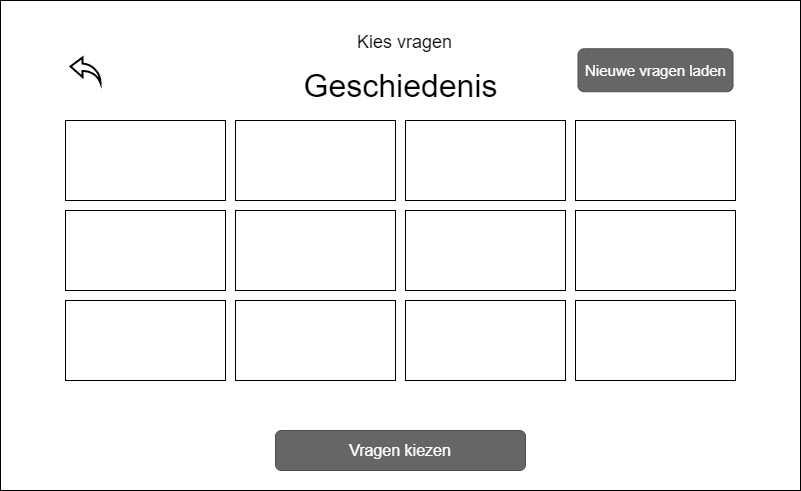
The draw.io diagram Software Guidebook/wireframes/wireframes-Master (question select).png in Patrickroelofs/HANICA-DWA-Quizzer, before a commit. Source tidied: cells renumbered, new cells last; positions are measured from the earlier drawing's top-left corner, leaving out a move shared by most shapes. Source of this version:
```xml
<mxGraphModel>
  <root>
    <mxCell id="0" />
    <mxCell id="1" parent="0" />
    <mxCell id="2" style="rounded=0;whiteSpace=wrap;html=1;strokeColor=#000000;fillColor=#ffffff;fontSize=20;" parent="1" vertex="1">
      <mxGeometry width="800" height="490" as="geometry" />
    </mxCell>
    <mxCell id="3" value="&lt;font style=&quot;font-size: 18px&quot;&gt;Kies vragen&lt;/font&gt;" style="text;html=1;align=center;verticalAlign=middle;fillColor=none;strokeColor=none;rounded=0;fontSize=18;" parent="1" vertex="1">
      <mxGeometry x="349" y="27" width="110" height="30" as="geometry" />
    </mxCell>
    <mxCell id="4" value="&lt;font style=&quot;font-size: 16px&quot;&gt;Vragen kiezen&lt;/font&gt;" style="rounded=1;html=1;shadow=0;dashed=0;whiteSpace=wrap;fontSize=10;fillColor=#666666;align=center;strokeColor=#4D4D4D;fontColor=#ffffff;" parent="1" vertex="1">
      <mxGeometry x="275" y="430" width="250" height="40" as="geometry" />
    </mxCell>
    <mxCell id="5" value="&lt;font style=&quot;font-size: 32px&quot;&gt;Geschiedenis&lt;/font&gt;" style="text;html=1;align=center;verticalAlign=middle;fillColor=none;strokeColor=none;rounded=0;fontSize=20;" parent="1" vertex="1">
      <mxGeometry x="295" y="70" width="210" height="30" as="geometry" />
    </mxCell>
    <mxCell id="6" style="rounded=0;whiteSpace=wrap;html=1;strokeColor=#000000;fillColor=#ffffff;fontSize=18;" parent="1" vertex="1">
      <mxGeometry x="65" y="120" width="160" height="80" as="geometry" />
    </mxCell>
    <mxCell id="7" style="rounded=0;whiteSpace=wrap;html=1;strokeColor=#000000;fillColor=#ffffff;fontSize=18;" parent="1" vertex="1">
      <mxGeometry x="235" y="120" width="160" height="80" as="geometry" />
    </mxCell>
    <mxCell id="8" style="rounded=0;whiteSpace=wrap;html=1;strokeColor=#000000;fillColor=#ffffff;fontSize=18;" parent="1" vertex="1">
      <mxGeometry x="405" y="120" width="160" height="80" as="geometry" />
    </mxCell>
    <mxCell id="9" style="rounded=0;whiteSpace=wrap;html=1;strokeColor=#000000;fillColor=#ffffff;fontSize=18;" parent="1" vertex="1">
      <mxGeometry x="575" y="120" width="160" height="80" as="geometry" />
    </mxCell>
    <mxCell id="10" style="rounded=0;whiteSpace=wrap;html=1;strokeColor=#000000;fillColor=#ffffff;fontSize=18;" parent="1" vertex="1">
      <mxGeometry x="405" y="210" width="160" height="80" as="geometry" />
    </mxCell>
    <mxCell id="11" style="rounded=0;whiteSpace=wrap;html=1;strokeColor=#000000;fillColor=#ffffff;fontSize=18;" parent="1" vertex="1">
      <mxGeometry x="575" y="210" width="160" height="80" as="geometry" />
    </mxCell>
    <mxCell id="12" style="rounded=0;whiteSpace=wrap;html=1;strokeColor=#000000;fillColor=#ffffff;fontSize=18;" parent="1" vertex="1">
      <mxGeometry x="235" y="210" width="160" height="80" as="geometry" />
    </mxCell>
    <mxCell id="13" style="rounded=0;whiteSpace=wrap;html=1;strokeColor=#000000;fillColor=#ffffff;fontSize=18;" parent="1" vertex="1">
      <mxGeometry x="65" y="210" width="160" height="80" as="geometry" />
    </mxCell>
    <mxCell id="14" style="rounded=0;whiteSpace=wrap;html=1;strokeColor=#000000;fillColor=#ffffff;fontSize=18;" parent="1" vertex="1">
      <mxGeometry x="405" y="300" width="160" height="80" as="geometry" />
    </mxCell>
    <mxCell id="15" style="rounded=0;whiteSpace=wrap;html=1;strokeColor=#000000;fillColor=#ffffff;fontSize=18;" parent="1" vertex="1">
      <mxGeometry x="575" y="300" width="160" height="80" as="geometry" />
    </mxCell>
    <mxCell id="16" style="rounded=0;whiteSpace=wrap;html=1;strokeColor=#000000;fillColor=#ffffff;fontSize=18;" parent="1" vertex="1">
      <mxGeometry x="235" y="300" width="160" height="80" as="geometry" />
    </mxCell>
    <mxCell id="17" style="rounded=0;whiteSpace=wrap;html=1;strokeColor=#000000;fillColor=#ffffff;fontSize=18;" parent="1" vertex="1">
      <mxGeometry x="65" y="300" width="160" height="80" as="geometry" />
    </mxCell>
    <mxCell id="18" value="&lt;font style=&quot;font-size: 15px;&quot;&gt;Nieuwe vragen laden&lt;/font&gt;" style="rounded=1;html=1;shadow=0;dashed=0;whiteSpace=wrap;fontSize=15;fillColor=#666666;align=center;strokeColor=#4D4D4D;fontColor=#ffffff;" parent="1" vertex="1">
      <mxGeometry x="577.5" y="48.2" width="155" height="43" as="geometry" />
    </mxCell>
    <mxCell id="19" style="html=1;verticalLabelPosition=bottom;align=center;labelBackgroundColor=#ffffff;verticalAlign=top;strokeWidth=2;shadow=0;dashed=0;shape=mxgraph.ios7.icons.back;fillColor=#ffffff;fontSize=15;" parent="1" vertex="1">
      <mxGeometry x="70" y="57" width="30" height="25.5" as="geometry" />
    </mxCell>
  </root>
</mxGraphModel>
```
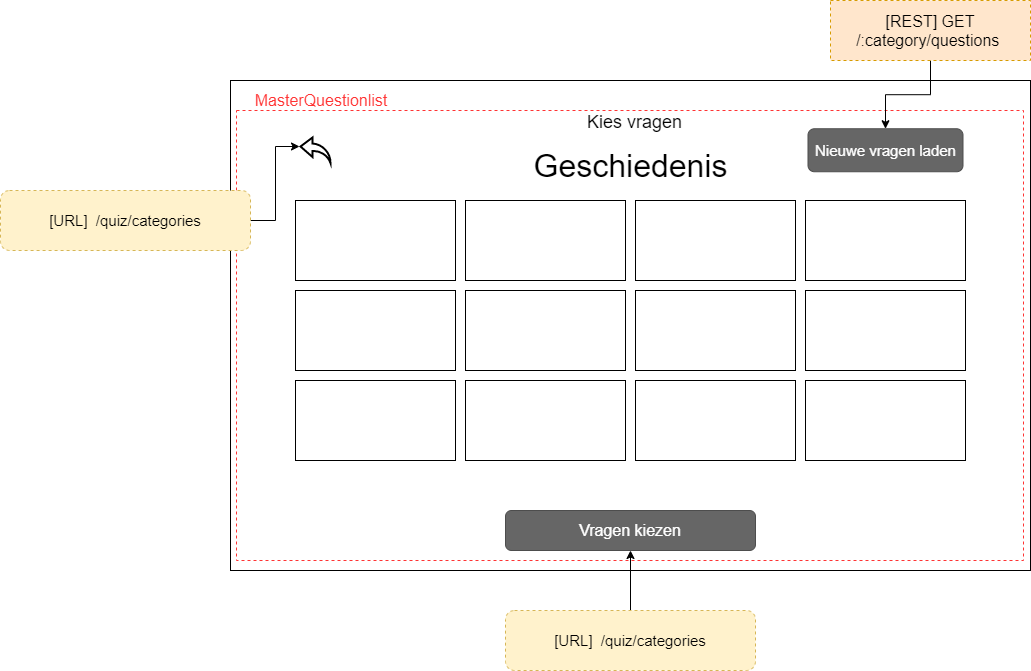
The same diagram one commit later.

The edit, as a diff of the source:
```diff
@@ -5,6 +5,9 @@
     <mxCell id="2" style="rounded=0;whiteSpace=wrap;html=1;strokeColor=#000000;fillColor=#ffffff;fontSize=20;" parent="1" vertex="1">
       <mxGeometry width="800" height="490" as="geometry" />
     </mxCell>
+    <mxCell id="20" style="rounded=0;whiteSpace=wrap;html=1;dashed=1;labelBackgroundColor=none;strokeColor=#FF3333;fillColor=none;fontSize=16;fontColor=#FF3333;align=center;" parent="1" vertex="1">
+      <mxGeometry x="6" y="30" width="787" height="450" as="geometry" />
+    </mxCell>
     <mxCell id="3" value="&lt;font style=&quot;font-size: 18px&quot;&gt;Kies vragen&lt;/font&gt;" style="text;html=1;align=center;verticalAlign=middle;fillColor=none;strokeColor=none;rounded=0;fontSize=18;" parent="1" vertex="1">
       <mxGeometry x="349" y="27" width="110" height="30" as="geometry" />
     </mxCell>
@@ -56,5 +59,26 @@
     <mxCell id="19" style="html=1;verticalLabelPosition=bottom;align=center;labelBackgroundColor=#ffffff;verticalAlign=top;strokeWidth=2;shadow=0;dashed=0;shape=mxgraph.ios7.icons.back;fillColor=#ffffff;fontSize=15;" parent="1" vertex="1">
       <mxGeometry x="70" y="57" width="30" height="25.5" as="geometry" />
     </mxCell>
+    <mxCell id="21" style="edgeStyle=orthogonalEdgeStyle;rounded=0;jettySize=auto;html=1;entryX=0.5;entryY=1;entryDx=0;entryDy=0;fontSize=16;fontColor=#FF3333;" parent="1" edge="1" source="22" target="4">
+      <mxGeometry relative="1" as="geometry" />
+    </mxCell>
+    <mxCell id="22" value="&lt;span style=&quot;font-size: 15px&quot;&gt;[URL]&amp;nbsp; /quiz/categories&lt;/span&gt;" style="rounded=1;whiteSpace=wrap;html=1;dashed=1;labelBackgroundColor=none;strokeColor=#d6b656;fillColor=#fff2cc;fontSize=16;align=center;" parent="1" vertex="1">
+      <mxGeometry x="275" y="530" width="250" height="60" as="geometry" />
+    </mxCell>
+    <mxCell id="23" style="edgeStyle=orthogonalEdgeStyle;rounded=0;jettySize=auto;html=1;entryX=-0.033;entryY=0.353;entryDx=0;entryDy=0;entryPerimeter=0;fontSize=16;fontColor=#FF3333;" parent="1" edge="1" source="24" target="19">
+      <mxGeometry relative="1" as="geometry" />
+    </mxCell>
+    <mxCell id="24" value="&lt;span style=&quot;font-size: 15px&quot;&gt;[URL]&amp;nbsp; /quiz/categories&lt;/span&gt;" style="rounded=1;whiteSpace=wrap;html=1;dashed=1;labelBackgroundColor=none;strokeColor=#d6b656;fillColor=#fff2cc;fontSize=16;align=center;" parent="1" vertex="1">
+      <mxGeometry x="-230" y="110" width="250" height="60" as="geometry" />
+    </mxCell>
+    <mxCell id="25" value="MasterQuestionlist" style="text;html=1;strokeColor=none;fillColor=none;align=center;verticalAlign=middle;whiteSpace=wrap;rounded=0;dashed=1;labelBackgroundColor=none;fontSize=16;fontColor=#FF3333;" parent="1" vertex="1">
+      <mxGeometry x="6" y="10" width="170" height="20" as="geometry" />
+    </mxCell>
+    <mxCell id="26" style="edgeStyle=orthogonalEdgeStyle;rounded=0;jettySize=auto;html=1;entryX=0.5;entryY=0;entryDx=0;entryDy=0;fontSize=16;fontColor=#FF3333;" parent="1" edge="1" source="27" target="18">
+      <mxGeometry relative="1" as="geometry" />
+    </mxCell>
+    <mxCell id="27" value="[REST] GET /:category/questions&amp;nbsp;" style="rounded=0;whiteSpace=wrap;html=1;dashed=1;labelBackgroundColor=none;strokeColor=#d79b00;fillColor=#ffe6cc;fontSize=16;align=center;" parent="1" vertex="1">
+      <mxGeometry x="600" y="-80" width="200" height="60" as="geometry" />
+    </mxCell>
   </root>
 </mxGraphModel>
```
